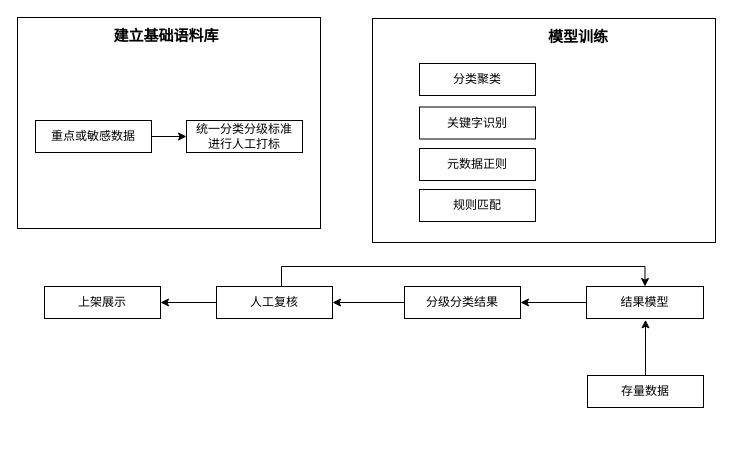
ZhangChaoZhong/draw keeps this draw.io diagram as 数据安全.drawio. Above is the earlier version. Source tidied: cells renumbered, new cells numbered last; positions are measured from the earlier drawing's top-left corner, leaving out a move shared by most shapes. Both pictures are drawn from the tidied source at 100%, with x=0, y=0 at pixel (17, 17).
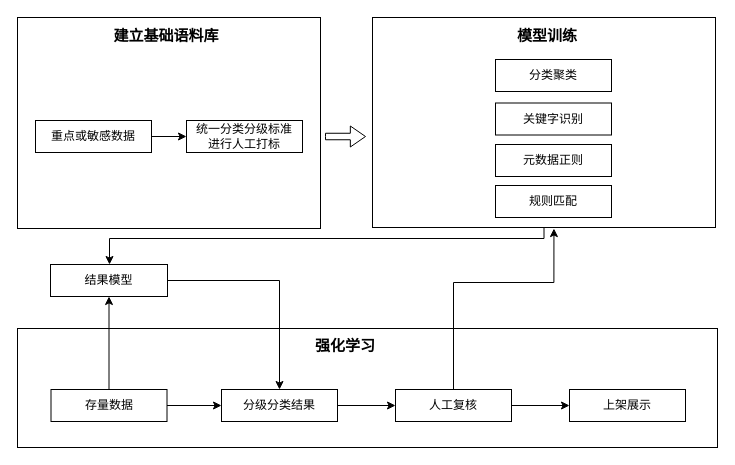
After the change.

Commit message (it also covers changes not shown here):
更新数据安全.drawio

Change to the diagram source:
```diff
@@
+    <mxCell id="24" style="rounded=0;whiteSpace=wrap;html=1;" parent="1" vertex="1">
+      <mxGeometry y="311" width="700" height="119" as="geometry" />
+    </mxCell>
@@
-    <mxCell id="8" style="edgeStyle=orthogonalEdgeStyle;rounded=0;jettySize=auto;html=1;entryX=0.5;entryY=0;entryDx=0;entryDy=0;" parent="1" edge="1" source="9" target="13">
-      <mxGeometry relative="1" as="geometry">
-        <Array as="points">
-          <mxPoint x="264" y="249" />
-          <mxPoint x="628" y="249" />
-        </Array>
-      </mxGeometry>
-    </mxCell>
     <mxCell id="9" value="人工复核" style="rounded=0;whiteSpace=wrap;html=1;" parent="1" vertex="1">
-      <mxGeometry x="199" y="269" width="116" height="32" as="geometry" />
+      <mxGeometry x="378" y="372" width="116" height="32" as="geometry" />
     </mxCell>
-    <mxCell id="10" style="edgeStyle=orthogonalEdgeStyle;rounded=0;jettySize=auto;html=1;entryX=1;entryY=0.5;entryDx=0;entryDy=0;" parent="1" edge="1" source="11" target="9">
+    <mxCell id="10" style="edgeStyle=orthogonalEdgeStyle;shape=connector;rounded=0;jettySize=auto;html=1;entryX=0;entryY=0.5;entryDx=0;entryDy=0;labelBackgroundColor=default;strokeColor=default;align=center;verticalAlign=middle;fontFamily=Helvetica;fontSize=11;fontColor=default;endArrow=classic;" parent="1" edge="1" source="11" target="9">
       <mxGeometry relative="1" as="geometry" />
     </mxCell>
     <mxCell id="11" value="分级分类结果" style="rounded=0;whiteSpace=wrap;html=1;" parent="1" vertex="1">
-      <mxGeometry x="387" y="269" width="116" height="32" as="geometry" />
+      <mxGeometry x="204" y="372" width="116" height="32" as="geometry" />
     </mxCell>
-    <mxCell id="12" style="edgeStyle=orthogonalEdgeStyle;rounded=0;jettySize=auto;html=1;" parent="1" edge="1" source="13" target="11">
+    <mxCell id="12" style="edgeStyle=orthogonalEdgeStyle;rounded=0;jettySize=auto;html=1;entryX=0.5;entryY=0;entryDx=0;entryDy=0;" parent="1" edge="1" source="13" target="11">
       <mxGeometry relative="1" as="geometry" />
     </mxCell>
     <mxCell id="13" value="结果模型" style="rounded=0;whiteSpace=wrap;html=1;" parent="1" vertex="1">
-      <mxGeometry x="569" y="269" width="117" height="32" as="geometry" />
+      <mxGeometry x="33" y="247" width="117" height="32" as="geometry" />
     </mxCell>
-    <mxCell id="14" style="edgeStyle=orthogonalEdgeStyle;rounded=0;jettySize=auto;html=1;" parent="1" edge="1" source="15">
-      <mxGeometry relative="1" as="geometry">
-        <mxPoint x="628" y="302.3" as="targetPoint" />
-      </mxGeometry>
-    </mxCell>
+    <mxCell id="25" style="edgeStyle=orthogonalEdgeStyle;rounded=0;jettySize=auto;html=1;entryX=0.5;entryY=1;entryDx=0;entryDy=0;" parent="1" edge="1" source="15" target="13">
+      <mxGeometry relative="1" as="geometry" />
+    </mxCell>
+    <mxCell id="26" style="edgeStyle=orthogonalEdgeStyle;shape=connector;rounded=0;jettySize=auto;html=1;labelBackgroundColor=default;strokeColor=default;align=center;verticalAlign=middle;fontFamily=Helvetica;fontSize=11;fontColor=default;endArrow=classic;" parent="1" edge="1" source="15" target="11">
+      <mxGeometry relative="1" as="geometry" />
+    </mxCell>
     <mxCell id="15" value="存量数据" style="rounded=0;whiteSpace=wrap;html=1;" parent="1" vertex="1">
-      <mxGeometry x="570" y="358" width="116" height="32" as="geometry" />
+      <mxGeometry x="33.5" y="372" width="116" height="32" as="geometry" />
     </mxCell>
+    <mxCell id="27" style="edgeStyle=orthogonalEdgeStyle;shape=connector;rounded=0;jettySize=auto;html=1;labelBackgroundColor=default;strokeColor=default;align=center;verticalAlign=middle;fontFamily=Helvetica;fontSize=11;fontColor=default;endArrow=classic;" parent="1" edge="1" source="16" target="13">
+      <mxGeometry relative="1" as="geometry">
+        <Array as="points">
+          <mxPoint x="527" y="221" />
+          <mxPoint x="92" y="221" />
+        </Array>
+      </mxGeometry>
+    </mxCell>
     <mxCell id="16" style="rounded=0;whiteSpace=wrap;html=1;" parent="1" vertex="1">
-      <mxGeometry x="355" y="1" width="343" height="224" as="geometry" />
+      <mxGeometry x="355" width="343" height="210" as="geometry" />
     </mxCell>
     <mxCell id="17" value="上架展示" style="rounded=0;whiteSpace=wrap;html=1;" parent="1" vertex="1">
-      <mxGeometry x="27" y="269" width="116" height="32" as="geometry" />
+      <mxGeometry x="552" y="372" width="116" height="32" as="geometry" />
     </mxCell>
     <mxCell id="18" value="&lt;font style=&quot;font-size: 15px;&quot;&gt;&lt;b&gt;模型训练&lt;br&gt;&lt;/b&gt;&lt;/font&gt;" style="rounded=0;whiteSpace=wrap;html=1;strokeColor=none;" parent="1" vertex="1">
-      <mxGeometry x="503" y="4" width="116" height="29" as="geometry" />
+      <mxGeometry x="472" y="3" width="116" height="29" as="geometry" />
     </mxCell>
     <mxCell id="19" style="group;" parent="1" vertex="1">
-      <mxGeometry x="402" y="46" width="116" height="158" as="geometry" />
+      <mxGeometry x="478" y="42" width="116" height="158" as="geometry" />
     </mxCell>
@@
+    <mxCell id="28" value="&lt;font style=&quot;font-size: 15px;&quot;&gt;&lt;b&gt;强化学习&lt;br&gt;&lt;/b&gt;&lt;/font&gt;" style="rounded=0;whiteSpace=wrap;html=1;strokeColor=none;" parent="1" vertex="1">
+      <mxGeometry x="270" y="313" width="116" height="29" as="geometry" />
+    </mxCell>
+    <mxCell id="29" style="verticalLabelPosition=bottom;verticalAlign=top;html=1;strokeWidth=1;shape=mxgraph.arrows2.arrow;dy=0.69;dx=15.17;notch=0;" parent="1" vertex="1">
+      <mxGeometry x="308" y="108.5" width="40" height="21" as="geometry" />
+    </mxCell>
+    <mxCell id="30" style="edgeStyle=orthogonalEdgeStyle;shape=connector;rounded=0;jettySize=auto;html=1;entryX=0.529;entryY=1.005;entryDx=0;entryDy=0;entryPerimeter=0;labelBackgroundColor=default;strokeColor=default;align=center;verticalAlign=middle;fontFamily=Helvetica;fontSize=11;fontColor=default;endArrow=classic;" parent="1" edge="1" source="9" target="16">
+      <mxGeometry relative="1" as="geometry">
+        <Array as="points">
+          <mxPoint x="436" y="265" />
+          <mxPoint x="536" y="265" />
+        </Array>
+      </mxGeometry>
+    </mxCell>
```
